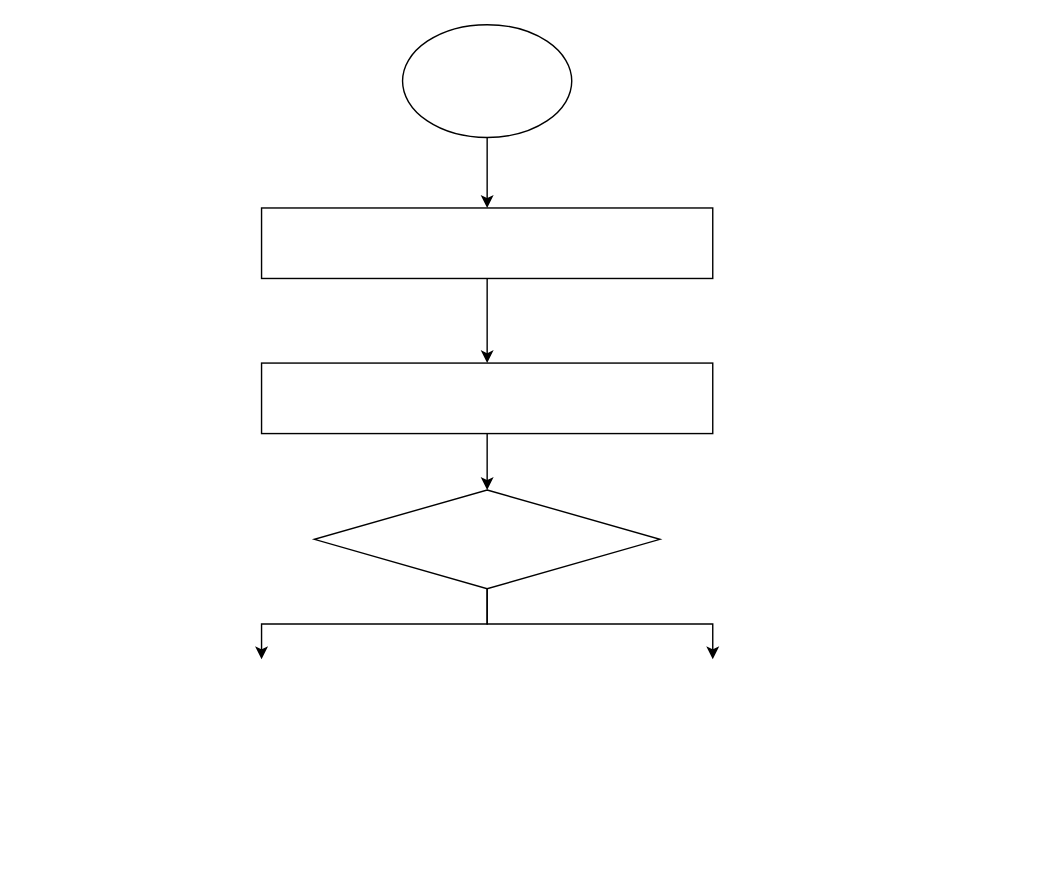
EFC4/FirstGit keeps this draw.io diagram as page "Page-1" (1 of 2) of CS100-ErickCuevas.drawio. Above is the earlier version. Source tidied: cells renumbered, new cells numbered last; positions are measured from the earlier drawing's top-left corner, leaving out a move shared by most shapes. Both pictures are drawn from the tidied source at 141%, with x=0, y=0 at pixel (261, 24).
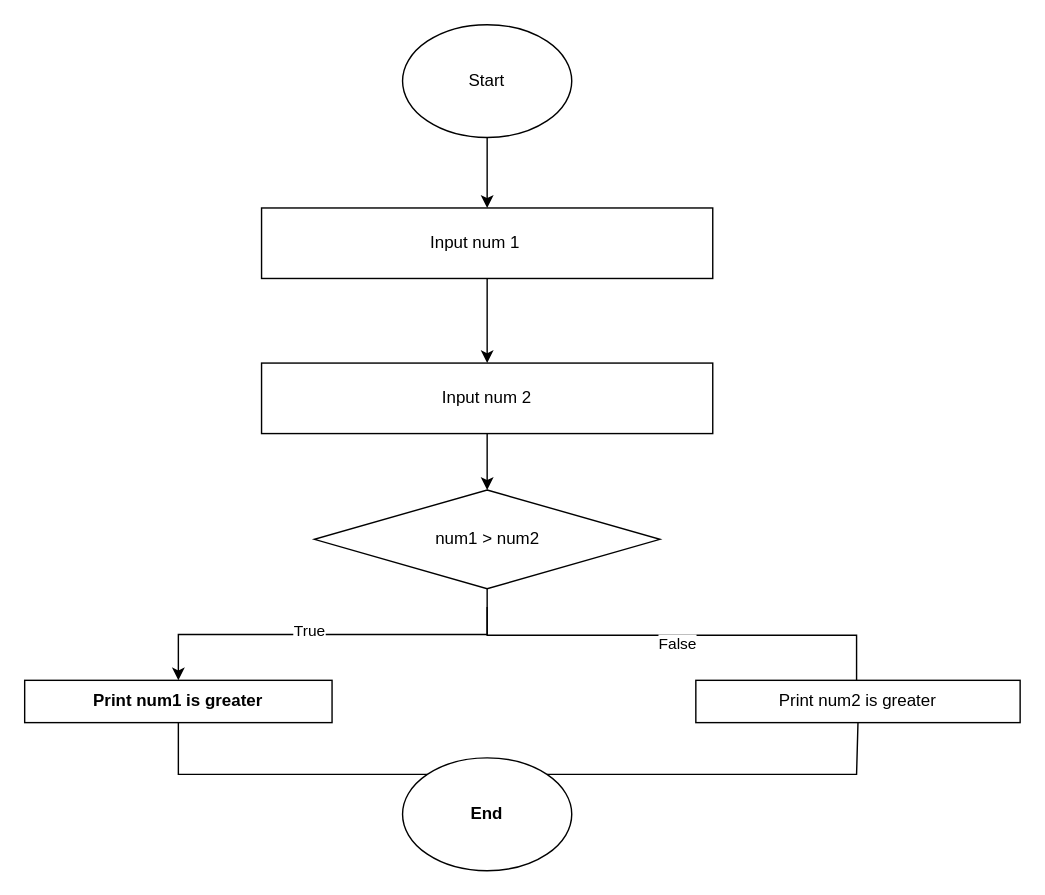
After the change.

Change to the diagram source:
```diff
@@
-    <mxCell id="3" style="ellipse;whiteSpace=wrap;html=1;" parent="1" vertex="1">
+    <mxCell id="3" value="Start" style="ellipse;whiteSpace=wrap;html=1;" parent="1" vertex="1">
       <mxGeometry x="100" width="120" height="80" as="geometry" />
     </mxCell>
@@
-    <mxCell id="5" style="rounded=0;whiteSpace=wrap;html=1;" parent="1" vertex="1">
+    <mxCell id="5" value="Input num 1&lt;span style=&quot;white-space: pre;&quot;&gt;&#9;&lt;/span&gt;" style="rounded=0;whiteSpace=wrap;html=1;" parent="1" vertex="1">
       <mxGeometry y="130" width="320" height="50" as="geometry" />
     </mxCell>
@@
-    <mxCell id="7" style="rounded=0;whiteSpace=wrap;html=1;" parent="1" vertex="1">
+    <mxCell id="7" value="Input num 2" style="rounded=0;whiteSpace=wrap;html=1;" parent="1" vertex="1">
       <mxGeometry y="240" width="320" height="50" as="geometry" />
     </mxCell>
-    <mxCell id="8" style="edgeStyle=orthogonalEdgeStyle;rounded=0;jettySize=auto;html=1;exitX=0.5;exitY=1;exitDx=0;exitDy=0;" parent="1" edge="1" source="10">
-      <mxGeometry relative="1" as="geometry">
-        <mxPoint y="450" as="targetPoint" />
-        <Array as="points">
-          <mxPoint x="160" y="425" />
-          <mxPoint y="425" />
-        </Array>
-      </mxGeometry>
-    </mxCell>
-    <mxCell id="9" style="edgeStyle=orthogonalEdgeStyle;rounded=0;jettySize=auto;html=1;" parent="1" edge="1" source="10">
-      <mxGeometry relative="1" as="geometry">
-        <mxPoint x="320" y="450" as="targetPoint" />
-        <Array as="points">
-          <mxPoint x="160" y="425" />
-          <mxPoint x="320" y="425" />
-        </Array>
-      </mxGeometry>
-    </mxCell>
+    <mxCell id="11" style="edgeStyle=orthogonalEdgeStyle;rounded=0;jettySize=auto;html=1;exitX=0.5;exitY=1;exitDx=0;exitDy=0;entryX=0.5;entryY=0;entryDx=0;entryDy=0;" parent="1" edge="1" source="10" target="15">
+      <mxGeometry relative="1" as="geometry" />
+    </mxCell>
+    <mxCell id="12" value="True" style="edgeLabel;html=1;align=center;verticalAlign=middle;" parent="11" vertex="1">
+      <mxGeometry x="0.12" y="-3" relative="1" as="geometry" />
+    </mxCell>
+    <mxCell id="13" style="edgeStyle=orthogonalEdgeStyle;rounded=0;orthogonalLoop=1;jettySize=auto;html=1;entryX=0.5;entryY=0;entryDx=0;entryDy=0;" parent="1" edge="1">
+      <mxGeometry relative="1" as="geometry">
+        <mxPoint x="160" y="413" as="sourcePoint" />
+        <mxPoint x="397" y="478" as="targetPoint" />
+        <Array as="points">
+          <mxPoint x="160" y="433" />
+          <mxPoint x="422" y="433" />
+          <mxPoint x="422" y="478" />
+        </Array>
+      </mxGeometry>
+    </mxCell>
+    <mxCell id="14" value="False" style="edgeLabel;html=1;align=center;verticalAlign=middle;" parent="13" vertex="1">
+      <mxGeometry x="-0.12" y="-5" relative="1" as="geometry">
+        <mxPoint x="-1" as="offset" />
+      </mxGeometry>
+    </mxCell>
-    <mxCell id="10" style="rhombus;whiteSpace=wrap;html=1;" parent="1" vertex="1">
+    <mxCell id="10" value="num1 &amp;gt; num2" style="rhombus;whiteSpace=wrap;html=1;" parent="1" vertex="1">
       <mxGeometry x="37.5" y="330" width="245" height="70" as="geometry" />
     </mxCell>
+    <mxCell id="15" value="Print num1 is greater" style="rounded=0;whiteSpace=wrap;html=1;fontStyle=1;" parent="1" vertex="1">
+      <mxGeometry x="-168" y="465" width="218" height="30" as="geometry" />
+    </mxCell>
+    <mxCell id="16" value="Print num2 is greater" style="rounded=0;whiteSpace=wrap;html=1;" parent="1" vertex="1">
+      <mxGeometry x="308" y="465" width="230" height="30" as="geometry" />
+    </mxCell>
+    <mxCell id="17" style="edgeStyle=orthogonalEdgeStyle;rounded=0;jettySize=auto;html=1;exitX=0;exitY=0;exitDx=0;exitDy=0;entryX=0.5;entryY=1;entryDx=0;entryDy=0;startArrow=none;startFill=0;endArrow=none;endFill=0;" parent="1" edge="1" source="19" target="15">
+      <mxGeometry relative="1" as="geometry" />
+    </mxCell>
+    <mxCell id="18" style="edgeStyle=orthogonalEdgeStyle;rounded=0;jettySize=auto;html=1;exitX=1;exitY=0;exitDx=0;exitDy=0;entryX=0.5;entryY=1;entryDx=0;entryDy=0;endArrow=none;endFill=0;" parent="1" edge="1" source="19" target="16">
+      <mxGeometry relative="1" as="geometry">
+        <Array as="points">
+          <mxPoint x="422" y="532" />
+          <mxPoint x="422" y="495" />
+        </Array>
+      </mxGeometry>
+    </mxCell>
+    <mxCell id="19" value="End" style="ellipse;whiteSpace=wrap;html=1;fontStyle=1;" parent="1" vertex="1">
+      <mxGeometry x="100" y="520" width="120" height="80" as="geometry" />
+    </mxCell>
+    <mxCell id="20" style="edgeStyle=orthogonalEdgeStyle;rounded=0;orthogonalLoop=1;jettySize=auto;html=1;exitX=0.5;exitY=1;exitDx=0;exitDy=0;" parent="1" edge="1" source="16" target="16">
+      <mxGeometry relative="1" as="geometry" />
+    </mxCell>
```
